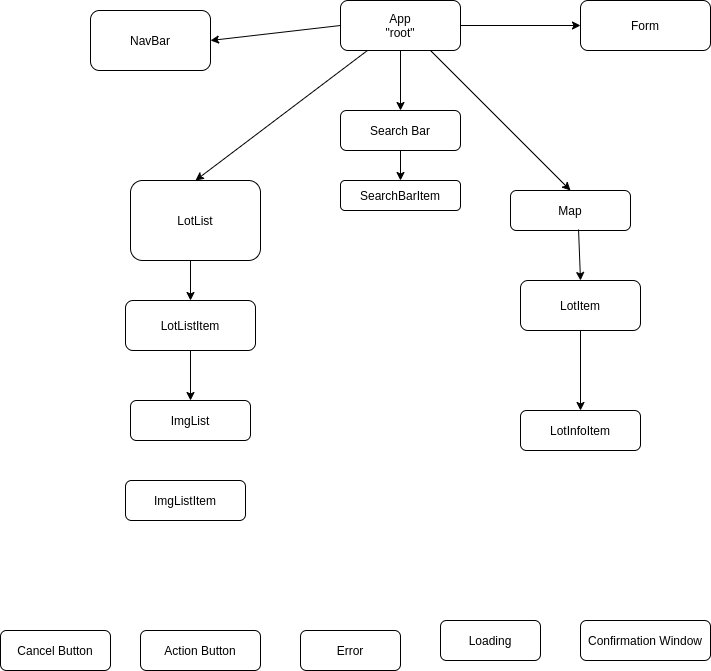
Earlier version of the draw.io export docs/Untitled Diagram.png (jyxgao/regeneroot). Source tidied: cells renumbered, new cells last; positions are measured from the earlier drawing's top-left corner, leaving out a move shared by most shapes.
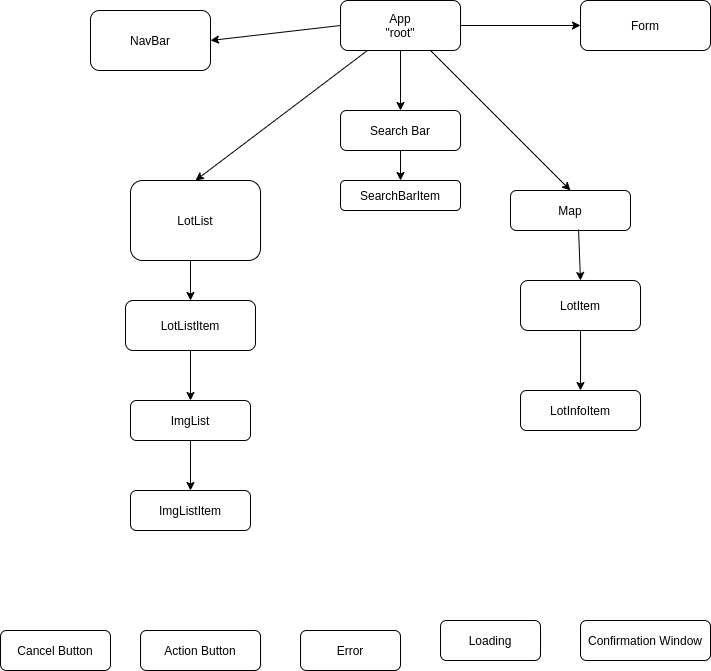
Above is the later version.

What changed in the source:
```diff
@@ -15,7 +15,7 @@
       <mxGeometry x="130" y="400" width="120" height="40" as="geometry" />
     </mxCell>
     <mxCell id="6" value="ImgListItem" style="rounded=1;whiteSpace=wrap;html=1;" parent="1" vertex="1">
-      <mxGeometry x="125" y="480" width="120" height="40" as="geometry" />
+      <mxGeometry x="130" y="490" width="120" height="40" as="geometry" />
     </mxCell>
     <mxCell id="7" value="Map" style="rounded=1;whiteSpace=wrap;html=1;" parent="1" vertex="1">
       <mxGeometry x="510" y="190" width="120" height="40" as="geometry" />
@@ -24,7 +24,7 @@
       <mxGeometry x="140" y="630" width="120" height="40" as="geometry" />
     </mxCell>
     <mxCell id="9" value="LotInfoItem" style="rounded=1;whiteSpace=wrap;html=1;" parent="1" vertex="1">
-      <mxGeometry x="520" y="410" width="120" height="40" as="geometry" />
+      <mxGeometry x="520" y="390" width="120" height="40" as="geometry" />
     </mxCell>
     <mxCell id="10" value="LotItem" style="rounded=1;whiteSpace=wrap;html=1;" parent="1" vertex="1">
       <mxGeometry x="520" y="280" width="120" height="50" as="geometry" />
@@ -85,5 +85,8 @@
     <mxCell id="28" style="endArrow=classic;html=1;entryX=0.5;entryY=0;entryDx=0;entryDy=0;exitX=0.5;exitY=1;exitDx=0;exitDy=0;" parent="1" edge="1" source="2" target="17">
       <mxGeometry relative="1" as="geometry" />
     </mxCell>
+    <mxCell id="29" style="endArrow=classic;html=1;entryX=0.5;entryY=0;entryDx=0;entryDy=0;exitX=0.5;exitY=1;exitDx=0;exitDy=0;" parent="1" edge="1" source="5" target="6">
+      <mxGeometry relative="1" as="geometry" />
+    </mxCell>
   </root>
 </mxGraphModel>
```
